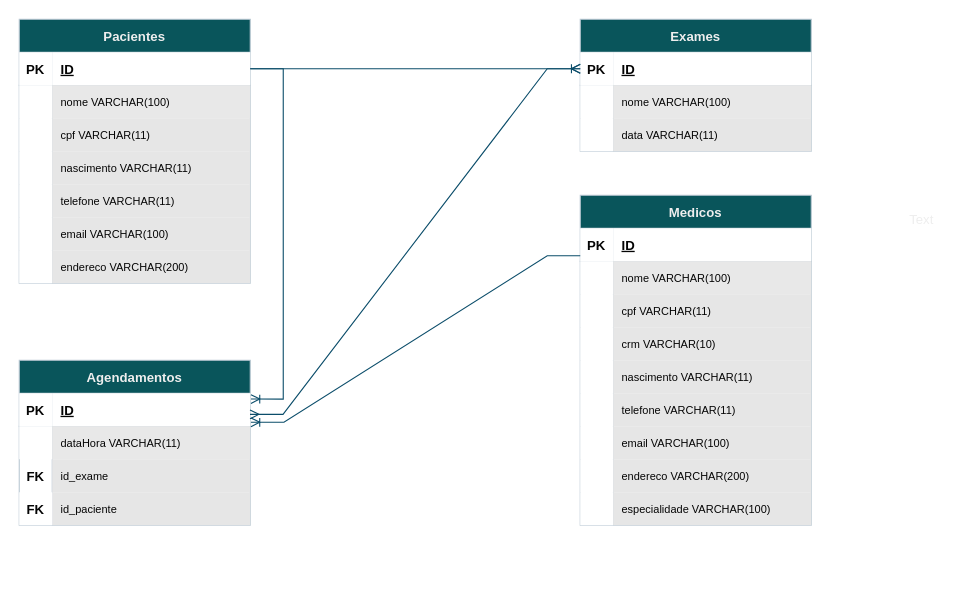
Before: modelDate.drawio in andrecodelima/clinica_projeto, a draw.io diagram. Source tidied: cells renumbered, new cells numbered last; positions are measured from the earlier drawing's top-left corner, leaving out a move shared by most shapes. Both pictures are drawn from the tidied source at 110%, with x=0, y=0 at pixel (19, 19).
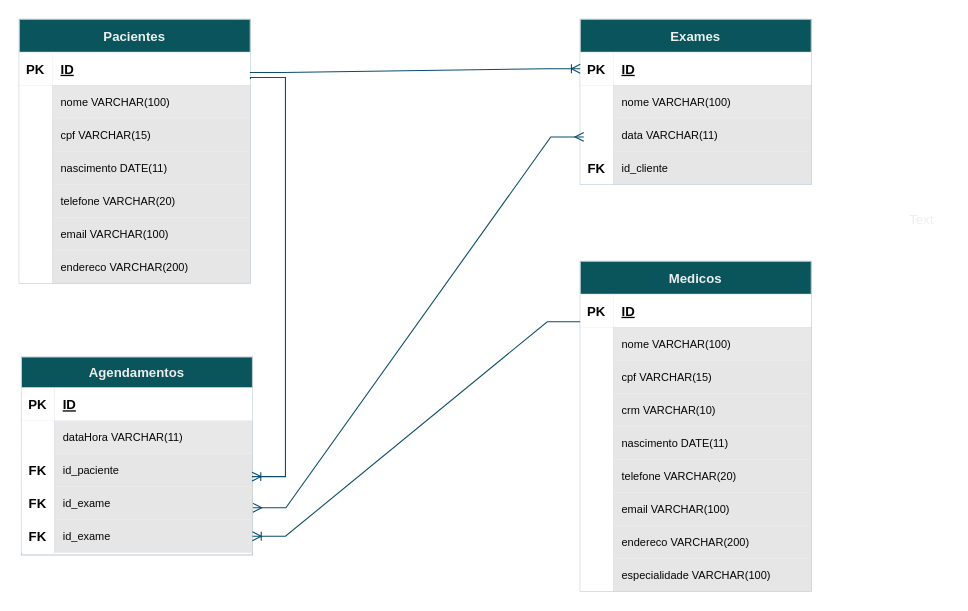
The same diagram, later.

The change refers to these unchanged cells:
```xml
<mxCell id="3" style="shape=partialRectangle;fillColor=none;points=[[0,0.5],[1,0.5]];portConstraint=eastwest;top=0;left=0;right=0;bottom=1;labelBackgroundColor=none;strokeColor=#BAC8D3;fontColor=#050505;" parent="2" vertex="1">
  <mxGeometry y="30" width="210" height="30" as="geometry" />
</mxCell>
<mxCell id="9" style="shape=partialRectangle;fillColor=none;top=0;left=0;right=0;bottom=0;labelBackgroundColor=none;strokeColor=#BAC8D3;fontColor=#EEEEEE;" parent="2" vertex="1">
  <mxGeometry y="90" width="210" height="30" as="geometry" />
</mxCell>
<mxCell id="12" style="shape=partialRectangle;fillColor=none;top=0;left=0;right=0;bottom=0;labelBackgroundColor=none;strokeColor=#BAC8D3;fontColor=#EEEEEE;" parent="2" vertex="1">
  <mxGeometry y="120" width="210" height="30" as="geometry" />
</mxCell>
<mxCell id="15" style="shape=partialRectangle;fillColor=none;top=0;left=0;right=0;bottom=0;labelBackgroundColor=none;strokeColor=#BAC8D3;fontColor=#EEEEEE;" parent="2" vertex="1">
  <mxGeometry y="150" width="210" height="30" as="geometry" />
</mxCell>
<mxCell id="25" style="shape=partialRectangle;fillColor=none;points=[[0,0.5],[1,0.5]];portConstraint=eastwest;top=0;left=0;right=0;bottom=1;labelBackgroundColor=none;strokeColor=#BAC8D3;fontColor=#050505;" parent="24" vertex="1">
  <mxGeometry y="30" width="210" height="30" as="geometry" />
</mxCell>
<mxCell id="35" style="shape=partialRectangle;fillColor=none;points=[[0,0.5],[1,0.5]];portConstraint=eastwest;top=0;left=0;right=0;bottom=1;labelBackgroundColor=none;strokeColor=#BAC8D3;fontColor=#050505;" parent="34" vertex="1">
  <mxGeometry y="30" width="210" height="30" as="geometry" />
</mxCell>
<mxCell id="41" style="shape=partialRectangle;fillColor=none;top=0;left=0;right=0;bottom=0;labelBackgroundColor=none;strokeColor=#BAC8D3;fontColor=#EEEEEE;" parent="34" vertex="1">
  <mxGeometry y="90" width="210" height="30" as="geometry" />
</mxCell>
<mxCell id="47" style="shape=partialRectangle;fillColor=none;top=0;left=0;right=0;bottom=0;labelBackgroundColor=none;strokeColor=#BAC8D3;fontColor=#EEEEEE;" parent="34" vertex="1">
  <mxGeometry y="150" width="210" height="30" as="geometry" />
</mxCell>
<mxCell id="50" style="shape=partialRectangle;fillColor=none;top=0;left=0;right=0;bottom=0;labelBackgroundColor=none;strokeColor=#BAC8D3;fontColor=#EEEEEE;" parent="34" vertex="1">
  <mxGeometry y="180" width="210" height="30" as="geometry" />
</mxCell>
<mxCell id="65" style="group;" parent="64" vertex="1">
  <mxGeometry width="210" height="150" as="geometry" />
</mxCell>
```

The edit, as a diff of the source:
```diff
@@
-    <mxCell id="11" value="cpf VARCHAR(11)" style="shape=partialRectangle;overflow=hidden;fillColor=#E6E6E6;top=0;left=0;bottom=0;right=0;align=left;spacingLeft=6;labelBackgroundColor=none;strokeColor=#CCCCCC;fontColor=#050505;fontSize=10;" parent="9" vertex="1">
+    <mxCell id="11" value="cpf VARCHAR(15)" style="shape=partialRectangle;overflow=hidden;fillColor=#E6E6E6;top=0;left=0;bottom=0;right=0;align=left;spacingLeft=6;labelBackgroundColor=none;strokeColor=#CCCCCC;fontColor=#050505;fontSize=10;" parent="9" vertex="1">
       <mxGeometry x="30" width="180" height="30" as="geometry" />
     </mxCell>
@@
-    <mxCell id="14" value="nascimento VARCHAR(11)" style="shape=partialRectangle;overflow=hidden;fillColor=#E6E6E6;top=0;left=0;bottom=0;right=0;align=left;spacingLeft=6;labelBackgroundColor=none;strokeColor=#CCCCCC;fontColor=#050505;fontSize=10;" parent="12" vertex="1">
+    <mxCell id="14" value="nascimento DATE(11)" style="shape=partialRectangle;overflow=hidden;fillColor=#E6E6E6;top=0;left=0;bottom=0;right=0;align=left;spacingLeft=6;labelBackgroundColor=none;strokeColor=#CCCCCC;fontColor=#050505;fontSize=10;" parent="12" vertex="1">
       <mxGeometry x="30" width="180" height="30" as="geometry" />
     </mxCell>
@@
-    <mxCell id="17" value="telefone VARCHAR(11)" style="shape=partialRectangle;overflow=hidden;fillColor=#E6E6E6;top=0;left=0;bottom=0;right=0;align=left;spacingLeft=6;labelBackgroundColor=none;strokeColor=#CCCCCC;fontColor=#050505;fontSize=10;" parent="15" vertex="1">
+    <mxCell id="17" value="telefone VARCHAR(20)" style="shape=partialRectangle;overflow=hidden;fillColor=#E6E6E6;top=0;left=0;bottom=0;right=0;align=left;spacingLeft=6;labelBackgroundColor=none;strokeColor=#CCCCCC;fontColor=#050505;fontSize=10;" parent="15" vertex="1">
       <mxGeometry x="30" width="180" height="30" as="geometry" />
     </mxCell>
@@
     <mxCell id="24" value="Exames" style="shape=table;startSize=30;childLayout=tableLayout;rowLines=0;fontStyle=1;align=center;labelBackgroundColor=none;fillColor=#09555B;strokeColor=#BAC8D3;fontColor=#EEEEEE;" parent="1" vertex="1">
-      <mxGeometry x="510" width="210" height="120" as="geometry" />
+      <mxGeometry x="510" width="210" height="150" as="geometry" />
     </mxCell>
@@
+    <mxCell id="85" style="shape=partialRectangle;fillColor=none;top=0;left=0;right=0;bottom=0;labelBackgroundColor=none;strokeColor=#BAC8D3;fontColor=#EEEEEE;" parent="24" vertex="1">
+      <mxGeometry y="120" width="210" height="30" as="geometry" />
+    </mxCell>
+    <mxCell id="86" value="FK" style="shape=partialRectangle;overflow=hidden;fillColor=default;top=0;left=0;bottom=0;right=0;labelBackgroundColor=none;strokeColor=#BAC8D3;fontColor=#000000;labelBorderColor=none;fontStyle=1;" parent="85" vertex="1">
+      <mxGeometry width="30" height="30" as="geometry" />
+    </mxCell>
+    <mxCell id="87" value="id_cliente" style="shape=partialRectangle;overflow=hidden;fillColor=#E6E6E6;top=0;left=0;bottom=0;right=0;align=left;spacingLeft=6;labelBackgroundColor=none;strokeColor=#CCCCCC;fontColor=#050505;fontSize=10;" parent="85" vertex="1">
+      <mxGeometry x="30" width="180" height="30" as="geometry" />
+    </mxCell>
     <mxCell id="34" value="Medicos" style="shape=table;startSize=30;childLayout=tableLayout;rowLines=0;fontStyle=1;align=center;labelBackgroundColor=none;fillColor=#09555B;strokeColor=#BAC8D3;fontColor=#EEEEEE;" parent="1" vertex="1">
-      <mxGeometry x="510" y="160" width="210" height="300" as="geometry" />
+      <mxGeometry x="510" y="220" width="210" height="300" as="geometry" />
     </mxCell>
@@
-    <mxCell id="43" value="cpf VARCHAR(11)" style="shape=partialRectangle;overflow=hidden;fillColor=#E6E6E6;top=0;left=0;bottom=0;right=0;align=left;spacingLeft=6;labelBackgroundColor=none;strokeColor=#CCCCCC;fontColor=#050505;fontSize=10;" parent="41" vertex="1">
+    <mxCell id="43" value="cpf VARCHAR(15)" style="shape=partialRectangle;overflow=hidden;fillColor=#E6E6E6;top=0;left=0;bottom=0;right=0;align=left;spacingLeft=6;labelBackgroundColor=none;strokeColor=#CCCCCC;fontColor=#050505;fontSize=10;" parent="41" vertex="1">
       <mxGeometry x="30" width="180" height="30" as="geometry" />
     </mxCell>
@@
-    <mxCell id="49" value="nascimento VARCHAR(11)" style="shape=partialRectangle;overflow=hidden;fillColor=#E6E6E6;top=0;left=0;bottom=0;right=0;align=left;spacingLeft=6;labelBackgroundColor=none;strokeColor=#CCCCCC;fontColor=#050505;fontSize=10;" parent="47" vertex="1">
+    <mxCell id="49" value="nascimento DATE(11)" style="shape=partialRectangle;overflow=hidden;fillColor=#E6E6E6;top=0;left=0;bottom=0;right=0;align=left;spacingLeft=6;labelBackgroundColor=none;strokeColor=#CCCCCC;fontColor=#050505;fontSize=10;" parent="47" vertex="1">
       <mxGeometry x="30" width="180" height="30" as="geometry" />
     </mxCell>
@@
-    <mxCell id="52" value="telefone VARCHAR(11)" style="shape=partialRectangle;overflow=hidden;fillColor=#E6E6E6;top=0;left=0;bottom=0;right=0;align=left;spacingLeft=6;labelBackgroundColor=none;strokeColor=#CCCCCC;fontColor=#050505;fontSize=10;" parent="50" vertex="1">
+    <mxCell id="52" value="telefone VARCHAR(20)" style="shape=partialRectangle;overflow=hidden;fillColor=#E6E6E6;top=0;left=0;bottom=0;right=0;align=left;spacingLeft=6;labelBackgroundColor=none;strokeColor=#CCCCCC;fontColor=#050505;fontSize=10;" parent="50" vertex="1">
       <mxGeometry x="30" width="180" height="30" as="geometry" />
     </mxCell>
@@
-    <mxCell id="62" style="group;" parent="1" vertex="1">
-      <mxGeometry y="310" width="210" height="150" as="geometry" />
+    <mxCell id="62" style="group;fontStyle=1;" parent="1" vertex="1">
+      <mxGeometry x="2" y="307" width="210" height="150" as="geometry" />
     </mxCell>
-    <mxCell id="63" value="FK" style="shape=partialRectangle;overflow=hidden;fillColor=default;top=0;left=0;bottom=0;right=0;fontStyle=1;labelBackgroundColor=none;strokeColor=#BAC8D3;fontColor=#050505;" parent="62" vertex="1">
-      <mxGeometry y="90" width="30" height="30" as="geometry" />
-    </mxCell>
@@
-    <mxCell id="66" value="Agendamentos" style="shape=table;startSize=30;childLayout=tableLayout;rowLines=0;fontStyle=1;align=center;labelBackgroundColor=none;fillColor=#09555B;strokeColor=#BAC8D3;fontColor=#EEEEEE;" parent="65" vertex="1">
-      <mxGeometry width="210" height="150" as="geometry" />
+    <mxCell id="66" value="Agendamentos" style="shape=table;startSize=28;childLayout=tableLayout;rowLines=0;fontStyle=1;align=center;labelBackgroundColor=none;fillColor=#09555B;strokeColor=#BAC8D3;fontColor=#EEEEEE;" parent="65" vertex="1">
+      <mxGeometry width="210" height="180" as="geometry" />
     </mxCell>
     <mxCell id="67" style="shape=partialRectangle;fillColor=none;points=[[0,0.5],[1,0.5]];portConstraint=eastwest;top=0;left=0;right=0;bottom=1;labelBackgroundColor=none;strokeColor=#BAC8D3;fontColor=#050505;" parent="66" vertex="1">
-      <mxGeometry y="30" width="210" height="30" as="geometry" />
+      <mxGeometry y="28" width="210" height="30" as="geometry" />
     </mxCell>
@@
     <mxCell id="70" style="shape=partialRectangle;fillColor=none;top=0;left=0;right=0;bottom=0;labelBackgroundColor=none;strokeColor=#BAC8D3;fontColor=#EEEEEE;" parent="66" vertex="1">
-      <mxGeometry y="60" width="210" height="30" as="geometry" />
+      <mxGeometry y="58" width="210" height="30" as="geometry" />
     </mxCell>
@@
-    <mxCell id="73" style="shape=partialRectangle;fillColor=none;top=0;left=0;right=0;bottom=0;labelBackgroundColor=none;strokeColor=#BAC8D3;fontColor=#EEEEEE;" parent="66" vertex="1">
-      <mxGeometry y="90" width="210" height="30" as="geometry" />
-    </mxCell>
-    <mxCell id="74" style="shape=partialRectangle;overflow=hidden;fillColor=none;top=0;left=0;bottom=0;right=0;labelBackgroundColor=none;strokeColor=#BAC8D3;fontColor=#EEEEEE;" parent="73" vertex="1">
-      <mxGeometry width="30" height="30" as="geometry" />
-    </mxCell>
-    <mxCell id="75" value="id_exame" style="shape=partialRectangle;overflow=hidden;fillColor=#E6E6E6;top=0;left=0;bottom=0;right=0;align=left;spacingLeft=6;labelBackgroundColor=none;strokeColor=#CCCCCC;fontColor=#050505;fontSize=10;" parent="73" vertex="1">
-      <mxGeometry x="30" width="180" height="30" as="geometry" />
-    </mxCell>
     <mxCell id="76" style="shape=partialRectangle;fillColor=none;points=[[0,0.5],[1,0.5]];portConstraint=eastwest;top=0;left=0;right=0;bottom=0;labelBackgroundColor=none;strokeColor=#BAC8D3;fontColor=#EEEEEE;" parent="66" vertex="1">
-      <mxGeometry y="120" width="210" height="30" as="geometry" />
+      <mxGeometry y="88" width="210" height="30" as="geometry" />
     </mxCell>
-    <mxCell id="77" style="shape=partialRectangle;overflow=hidden;fillColor=none;top=0;left=0;bottom=0;right=0;labelBackgroundColor=none;strokeColor=#BAC8D3;fontColor=#EEEEEE;" parent="76" vertex="1">
+    <mxCell id="77" value="FK" style="shape=partialRectangle;overflow=hidden;fillColor=default;top=0;left=0;bottom=0;right=0;labelBackgroundColor=default;strokeColor=#BAC8D3;fontColor=#000000;fontStyle=1;" parent="76" vertex="1">
       <mxGeometry width="30" height="30" as="geometry" />
     </mxCell>
@@
-    <mxCell id="79" value="FK" style="shape=partialRectangle;overflow=hidden;fillColor=default;top=0;left=0;bottom=0;right=0;fontStyle=1;labelBackgroundColor=none;strokeColor=#BAC8D3;fontColor=#050505;" parent="65" vertex="1">
-      <mxGeometry y="120" width="30" height="30" as="geometry" />
-    </mxCell>
+    <mxCell id="88" style="shape=partialRectangle;fillColor=none;points=[[0,0.5],[1,0.5]];portConstraint=eastwest;top=0;left=0;right=0;bottom=0;labelBackgroundColor=none;strokeColor=#BAC8D3;fontColor=#EEEEEE;" parent="66" vertex="1">
+      <mxGeometry y="118" width="210" height="30" as="geometry" />
+    </mxCell>
+    <mxCell id="89" value="FK" style="shape=partialRectangle;overflow=hidden;fillColor=default;top=0;left=0;bottom=0;right=0;labelBackgroundColor=default;strokeColor=#BAC8D3;fontColor=#000000;fontStyle=1;" parent="88" vertex="1">
+      <mxGeometry width="30" height="30" as="geometry" />
+    </mxCell>
+    <mxCell id="90" value="id_exame" style="shape=partialRectangle;overflow=hidden;fillColor=#E6E6E6;top=0;left=0;bottom=0;right=0;align=left;spacingLeft=6;labelBackgroundColor=none;strokeColor=#CCCCCC;fontColor=#050505;fontSize=10;" parent="88" vertex="1">
+      <mxGeometry x="30" width="180" height="30" as="geometry" />
+    </mxCell>
+    <mxCell id="91" style="shape=partialRectangle;fillColor=none;points=[[0,0.5],[1,0.5]];portConstraint=eastwest;top=0;left=0;right=0;bottom=0;labelBackgroundColor=none;strokeColor=#BAC8D3;fontColor=#EEEEEE;" parent="66" vertex="1">
+      <mxGeometry y="148" width="210" height="30" as="geometry" />
+    </mxCell>
+    <mxCell id="92" value="FK" style="shape=partialRectangle;overflow=hidden;fillColor=default;top=0;left=0;bottom=0;right=0;labelBackgroundColor=default;strokeColor=#BAC8D3;fontColor=#000000;fontStyle=1;" parent="91" vertex="1">
+      <mxGeometry width="30" height="30" as="geometry" />
+    </mxCell>
+    <mxCell id="93" value="id_exame" style="shape=partialRectangle;overflow=hidden;fillColor=#E6E6E6;top=0;left=0;bottom=0;right=0;align=left;spacingLeft=6;labelBackgroundColor=none;strokeColor=#CCCCCC;fontColor=#050505;fontSize=10;" parent="91" vertex="1">
+      <mxGeometry x="30" width="180" height="30" as="geometry" />
+    </mxCell>
@@
-    <mxCell id="81" style="edgeStyle=entityRelationEdgeStyle;fontSize=12;html=1;endArrow=ERoneToMany;rounded=0;strokeColor=#0B4D6A;entryX=0;entryY=0.5;entryDx=0;entryDy=0;exitX=1;exitY=0.5;exitDx=0;exitDy=0;" parent="1" edge="1" source="3" target="25">
+    <mxCell id="81" style="edgeStyle=entityRelationEdgeStyle;fontSize=12;html=1;endArrow=ERoneToMany;rounded=0;strokeColor=#0B4D6A;entryX=0;entryY=0.5;entryDx=0;entryDy=0;exitX=0.998;exitY=0.614;exitDx=0;exitDy=0;exitPerimeter=0;" parent="1" edge="1" source="3" target="25">
       <mxGeometry relative="1" as="geometry" />
     </mxCell>
-    <mxCell id="82" style="edgeStyle=entityRelationEdgeStyle;fontSize=12;html=1;endArrow=ERoneToMany;rounded=0;strokeColor=#0B4D6A;exitX=0;exitY=0.833;exitDx=0;exitDy=0;entryX=1.003;entryY=0.881;entryDx=0;entryDy=0;entryPerimeter=0;exitPerimeter=0;" parent="1" edge="1" source="35" target="67">
+    <mxCell id="82" style="edgeStyle=entityRelationEdgeStyle;fontSize=12;html=1;endArrow=ERoneToMany;rounded=0;strokeColor=#0B4D6A;exitX=0;exitY=0.833;exitDx=0;exitDy=0;entryX=1;entryY=0.5;entryDx=0;entryDy=0;exitPerimeter=0;" parent="1" edge="1" source="35" target="91">
       <mxGeometry relative="1" as="geometry" />
     </mxCell>
-    <mxCell id="83" style="edgeStyle=entityRelationEdgeStyle;fontSize=12;html=1;endArrow=ERmany;startArrow=ERmany;rounded=0;strokeColor=#0B4D6A;entryX=0;entryY=0.5;entryDx=0;entryDy=0;exitX=0.999;exitY=0.64;exitDx=0;exitDy=0;exitPerimeter=0;" parent="1" edge="1" source="67" target="25">
-      <mxGeometry relative="1" as="geometry" />
+    <mxCell id="83" style="edgeStyle=entityRelationEdgeStyle;fontSize=12;html=1;endArrow=ERmany;startArrow=ERmany;rounded=0;strokeColor=#0B4D6A;entryX=0;entryY=0.5;entryDx=0;entryDy=0;exitX=1.002;exitY=0.637;exitDx=0;exitDy=0;exitPerimeter=0;" parent="1" edge="1" source="88">
+      <mxGeometry relative="1" as="geometry">
+        <mxPoint x="513.2" y="107" as="targetPoint" />
+      </mxGeometry>
     </mxCell>
-    <mxCell id="84" style="edgeStyle=orthogonalEdgeStyle;fontSize=12;html=1;endArrow=ERoneToMany;rounded=0;strokeColor=#0B4D6A;exitX=1;exitY=0.5;exitDx=0;exitDy=0;entryX=1.003;entryY=0.176;entryDx=0;entryDy=0;entryPerimeter=0;" parent="1" edge="1" source="3" target="67">
+    <mxCell id="84" style="edgeStyle=orthogonalEdgeStyle;fontSize=12;html=1;endArrow=ERoneToMany;rounded=0;strokeColor=#0B4D6A;entryX=0.998;entryY=0.693;entryDx=0;entryDy=0;entryPerimeter=0;exitX=1.001;exitY=0.808;exitDx=0;exitDy=0;exitPerimeter=0;" parent="1" edge="1" source="3" target="76">
       <mxGeometry relative="1" as="geometry">
         <Array as="points">
-          <mxPoint x="240" y="45" />
-          <mxPoint x="240" y="345" />
+          <mxPoint x="210" y="53" />
+          <mxPoint x="242" y="53" />
+          <mxPoint x="242" y="416" />
         </Array>
       </mxGeometry>
     </mxCell>
```
